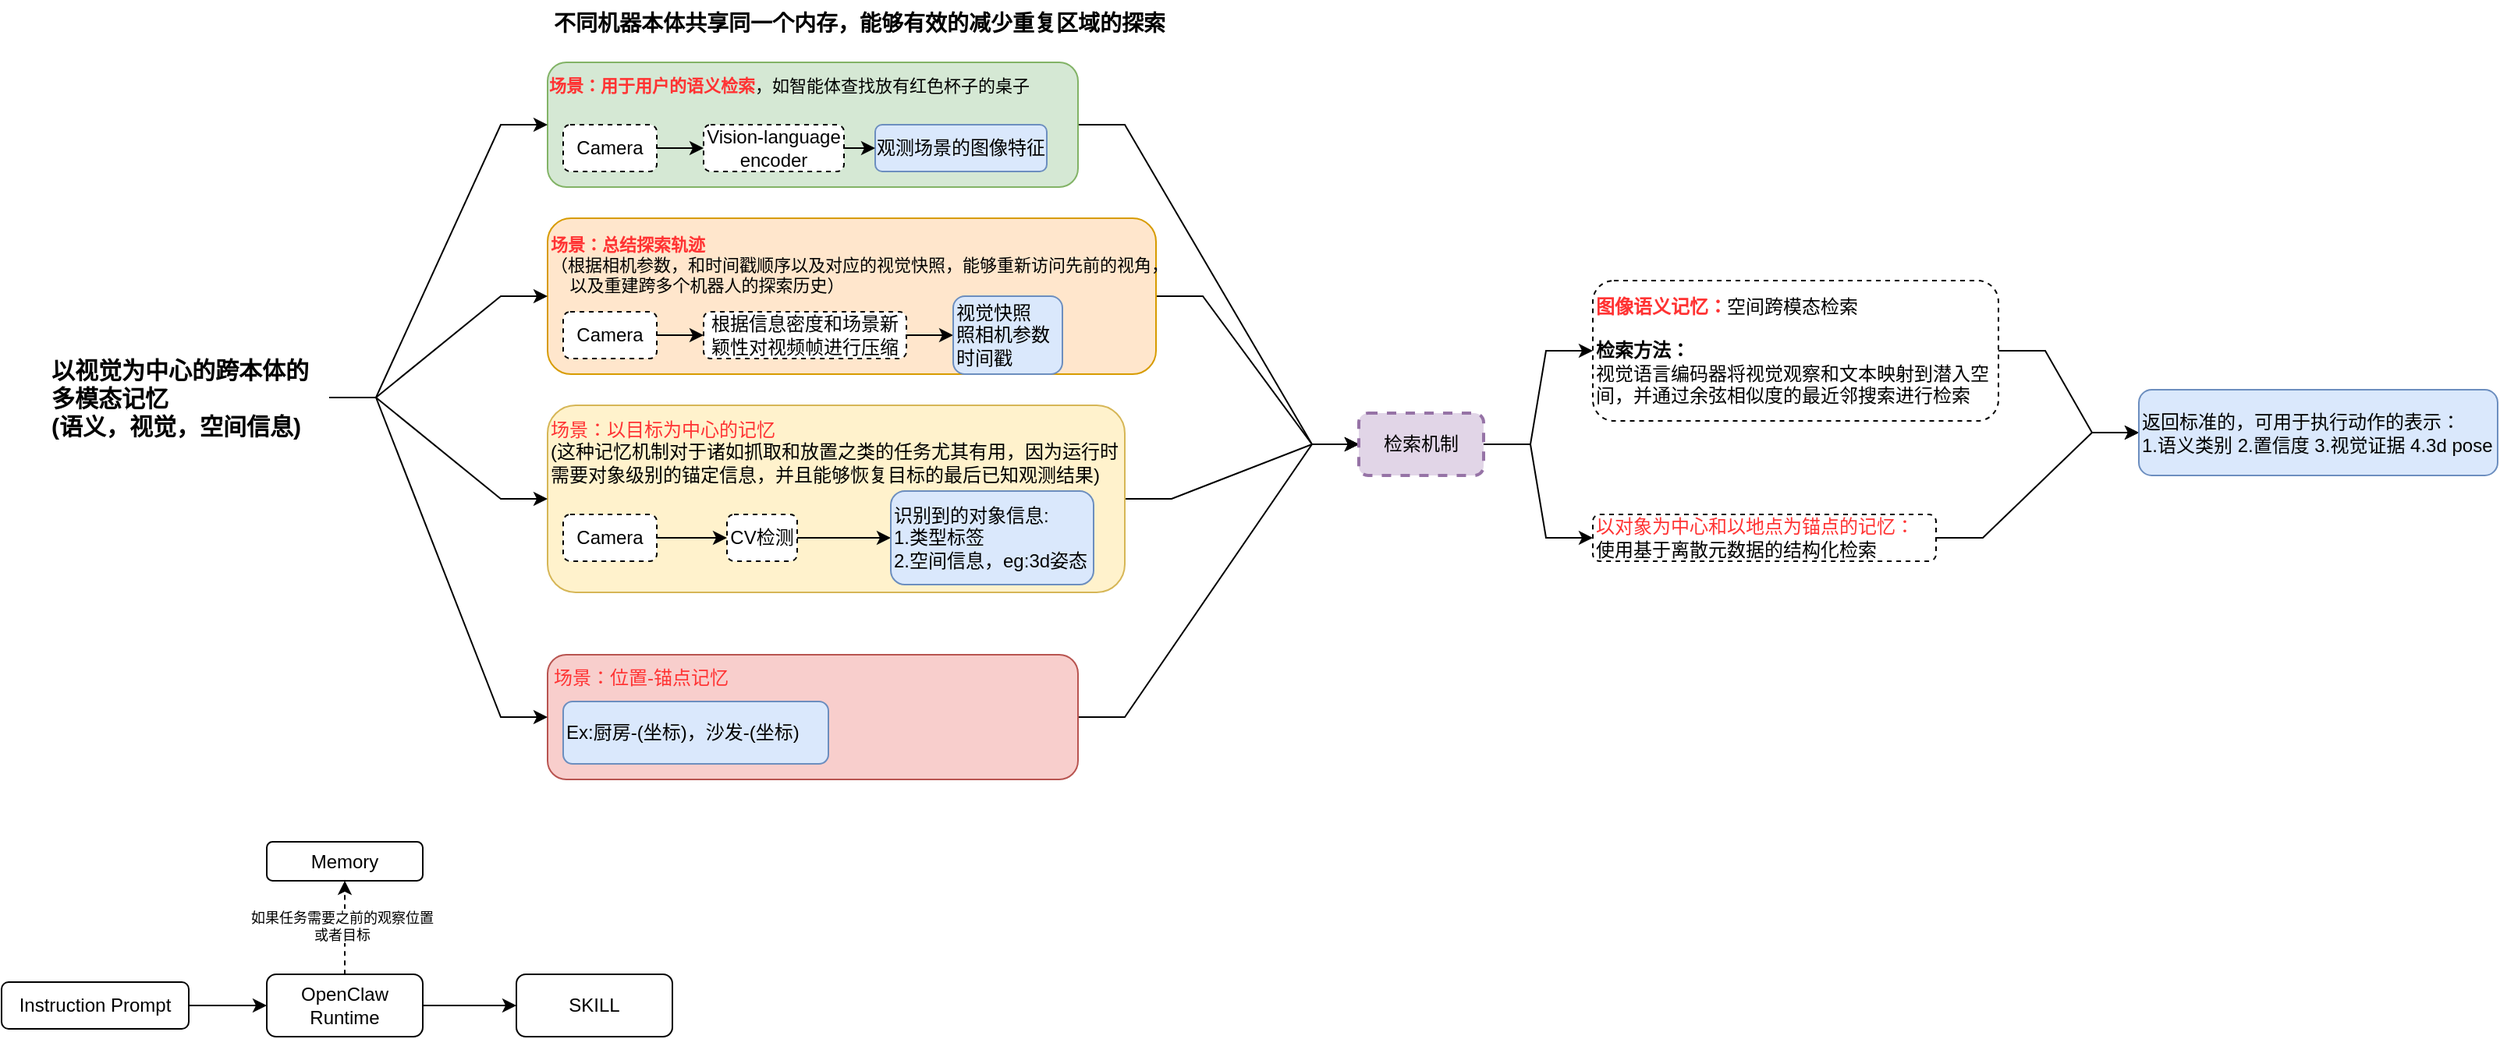
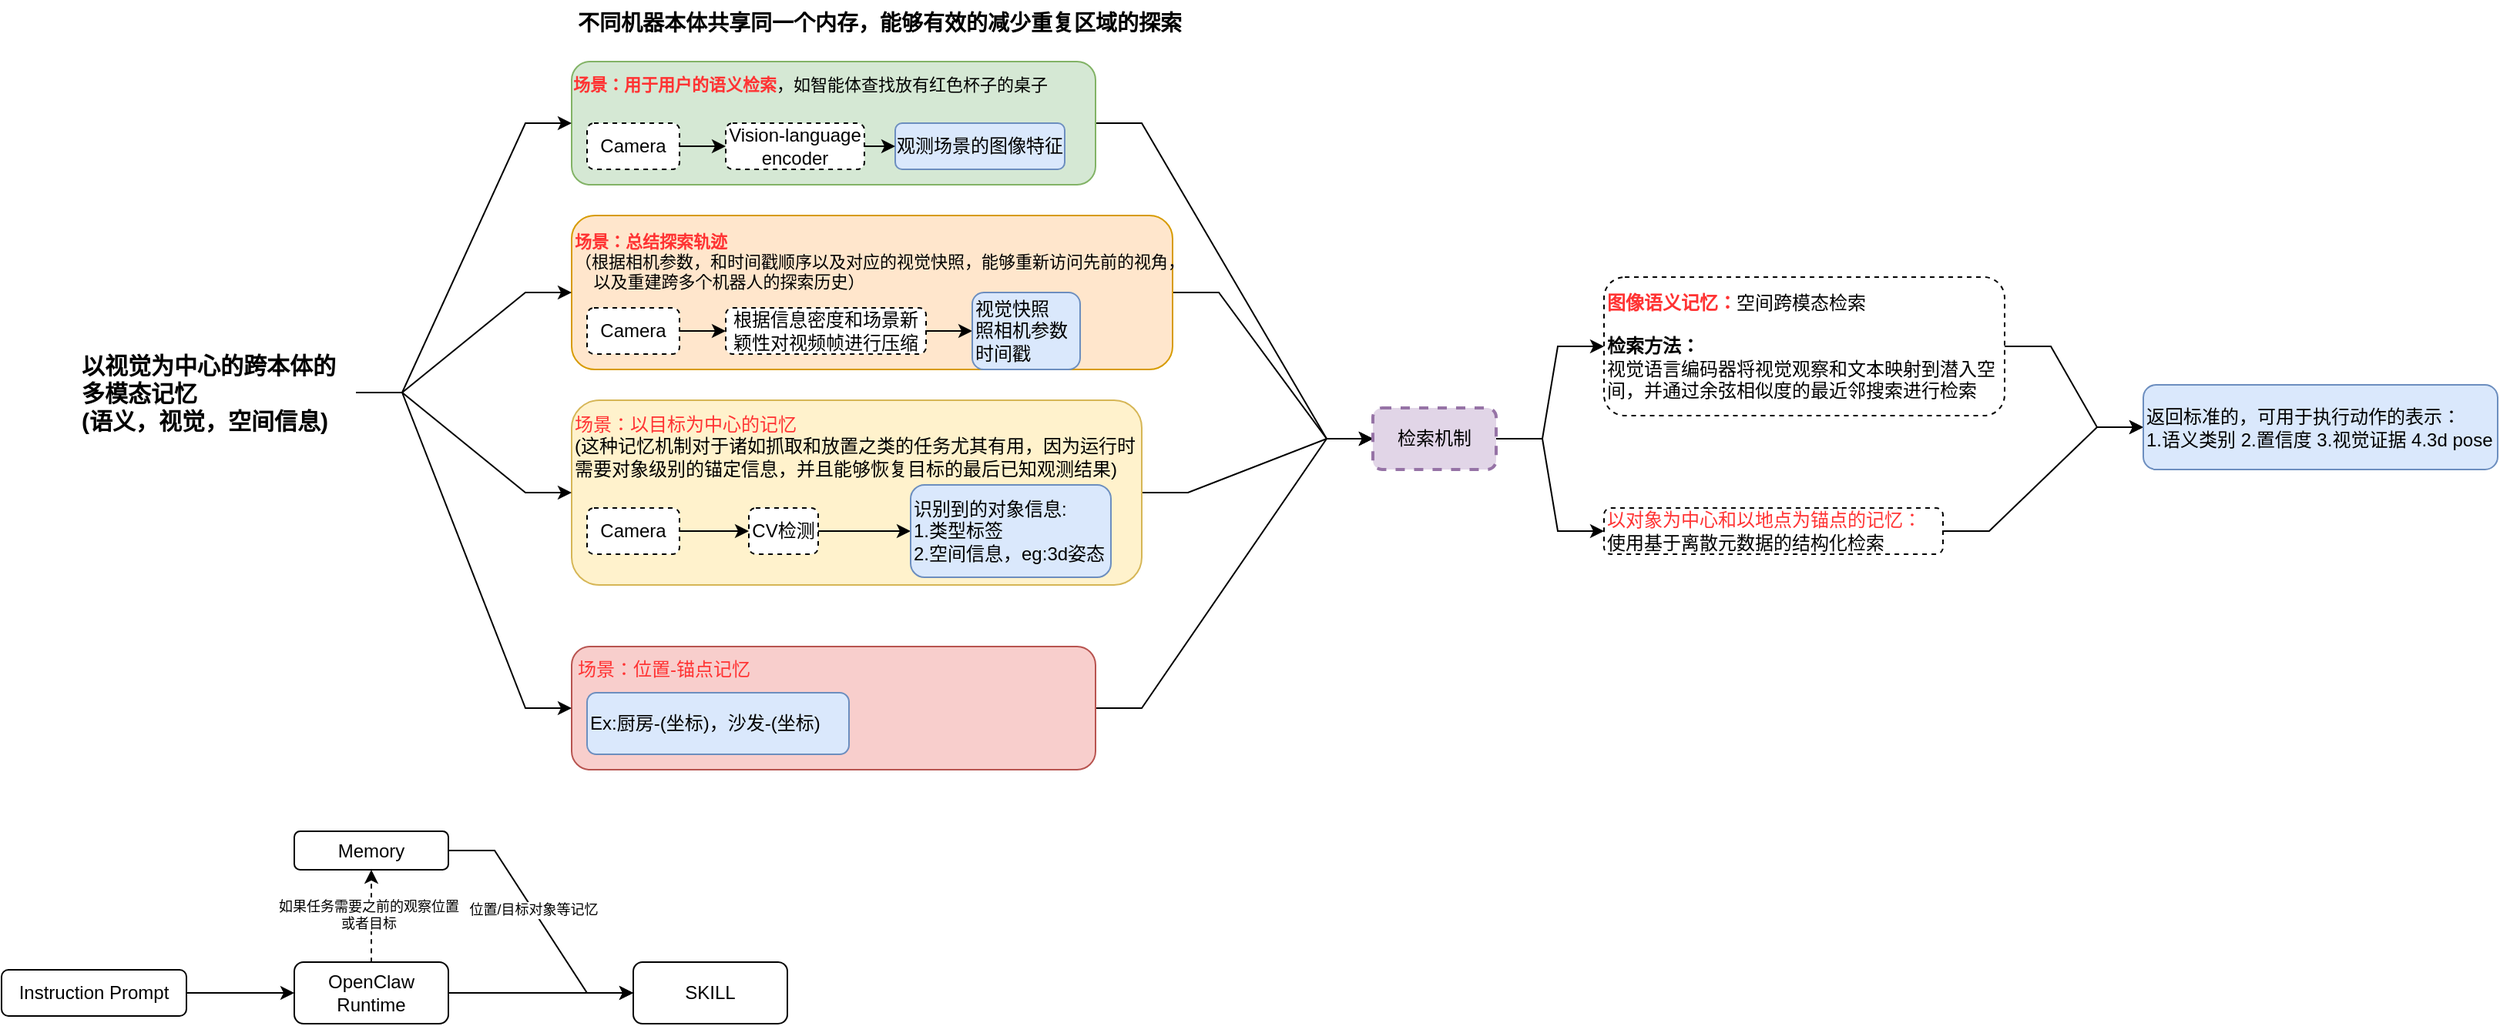
<mxfile host="app.diagrams.net">
  <diagram name="ABot-Claw" id="ri1UiOSOw__C7K71Jf-3">
    <mxGraphModel dx="725" dy="393" grid="1" gridSize="10" guides="1" tooltips="1" connect="1" arrows="1" fold="1" page="1" pageScale="1" pageWidth="3300" pageHeight="2339" math="0" shadow="0">
      <root>
        <mxCell id="0" />
        <mxCell id="1" parent="0" />
        <mxCell id="8uAygAgR7DF40HWwl34I-37" edge="1" parent="1" source="8uAygAgR7DF40HWwl34I-28" style="edgeStyle=entityRelationEdgeStyle;rounded=0;orthogonalLoop=1;jettySize=auto;html=1;exitX=1;exitY=0.5;exitDx=0;exitDy=0;" target="8uAygAgR7DF40HWwl34I-33">
          <mxGeometry relative="1" as="geometry" />
        </mxCell>
        <mxCell id="8uAygAgR7DF40HWwl34I-28" parent="1" style="rounded=1;whiteSpace=wrap;html=1;fillColor=#f8cecc;strokeColor=#b85450;" value="" vertex="1">
          <mxGeometry height="80" width="340" x="480" y="470" as="geometry" />
        </mxCell>
        <mxCell id="8uAygAgR7DF40HWwl34I-36" edge="1" parent="1" source="8uAygAgR7DF40HWwl34I-24" style="edgeStyle=entityRelationEdgeStyle;rounded=0;orthogonalLoop=1;jettySize=auto;html=1;exitX=1;exitY=0.5;exitDx=0;exitDy=0;entryX=0;entryY=0.5;entryDx=0;entryDy=0;" target="8uAygAgR7DF40HWwl34I-33">
          <mxGeometry relative="1" as="geometry">
            <mxPoint x="1020" y="320" as="targetPoint" />
          </mxGeometry>
        </mxCell>
        <mxCell id="8uAygAgR7DF40HWwl34I-24" parent="1" style="rounded=1;whiteSpace=wrap;html=1;fillColor=#fff2cc;strokeColor=#d6b656;" value="" vertex="1">
          <mxGeometry height="120" width="370" x="480" y="310" as="geometry" />
        </mxCell>
        <mxCell id="8uAygAgR7DF40HWwl34I-35" edge="1" parent="1" source="8uAygAgR7DF40HWwl34I-17" style="edgeStyle=entityRelationEdgeStyle;rounded=0;orthogonalLoop=1;jettySize=auto;html=1;exitX=1;exitY=0.5;exitDx=0;exitDy=0;entryX=0;entryY=0.5;entryDx=0;entryDy=0;" target="8uAygAgR7DF40HWwl34I-33">
          <mxGeometry relative="1" as="geometry" />
        </mxCell>
        <mxCell id="8uAygAgR7DF40HWwl34I-17" parent="1" style="rounded=1;whiteSpace=wrap;html=1;fillColor=#ffe6cc;strokeColor=#d79b00;" value="" vertex="1">
          <mxGeometry height="100" width="390" x="480" y="190" as="geometry" />
        </mxCell>
        <mxCell id="8uAygAgR7DF40HWwl34I-34" edge="1" parent="1" source="8uAygAgR7DF40HWwl34I-16" style="edgeStyle=entityRelationEdgeStyle;rounded=0;orthogonalLoop=1;jettySize=auto;html=1;exitX=1;exitY=0.5;exitDx=0;exitDy=0;entryX=0;entryY=0.5;entryDx=0;entryDy=0;" target="8uAygAgR7DF40HWwl34I-33">
          <mxGeometry relative="1" as="geometry" />
        </mxCell>
        <mxCell id="8uAygAgR7DF40HWwl34I-16" parent="1" style="rounded=1;whiteSpace=wrap;html=1;fillColor=#d5e8d4;strokeColor=#82b366;" value="" vertex="1">
          <mxGeometry height="80" width="340" x="480" y="90" as="geometry" />
        </mxCell>
        <mxCell id="8uAygAgR7DF40HWwl34I-29" edge="1" parent="1" source="8uAygAgR7DF40HWwl34I-1" style="edgeStyle=entityRelationEdgeStyle;rounded=0;orthogonalLoop=1;jettySize=auto;html=1;exitX=1;exitY=0.5;exitDx=0;exitDy=0;entryX=0;entryY=0.5;entryDx=0;entryDy=0;" target="8uAygAgR7DF40HWwl34I-16">
          <mxGeometry relative="1" as="geometry" />
        </mxCell>
        <mxCell id="8uAygAgR7DF40HWwl34I-30" edge="1" parent="1" source="8uAygAgR7DF40HWwl34I-1" style="edgeStyle=entityRelationEdgeStyle;rounded=0;orthogonalLoop=1;jettySize=auto;html=1;exitX=1;exitY=0.5;exitDx=0;exitDy=0;entryX=0;entryY=0.5;entryDx=0;entryDy=0;" target="8uAygAgR7DF40HWwl34I-28">
          <mxGeometry relative="1" as="geometry" />
        </mxCell>
        <mxCell id="8uAygAgR7DF40HWwl34I-31" edge="1" parent="1" source="8uAygAgR7DF40HWwl34I-1" style="edgeStyle=entityRelationEdgeStyle;rounded=0;orthogonalLoop=1;jettySize=auto;html=1;exitX=1;exitY=0.5;exitDx=0;exitDy=0;entryX=0;entryY=0.5;entryDx=0;entryDy=0;" target="8uAygAgR7DF40HWwl34I-17">
          <mxGeometry relative="1" as="geometry" />
        </mxCell>
        <mxCell id="8uAygAgR7DF40HWwl34I-32" edge="1" parent="1" source="8uAygAgR7DF40HWwl34I-1" style="edgeStyle=entityRelationEdgeStyle;rounded=0;orthogonalLoop=1;jettySize=auto;html=1;exitX=1;exitY=0.5;exitDx=0;exitDy=0;entryX=0;entryY=0.5;entryDx=0;entryDy=0;" target="8uAygAgR7DF40HWwl34I-24">
          <mxGeometry relative="1" as="geometry" />
        </mxCell>
        <mxCell id="8uAygAgR7DF40HWwl34I-1" parent="1" style="text;html=1;whiteSpace=wrap;strokeColor=none;fillColor=none;align=left;verticalAlign=middle;rounded=0;fontStyle=1;fontSize=15;" value="以视觉为中心的跨本体的多模态记忆&lt;br&gt;(语义，视觉，空间信息)" vertex="1">
          <mxGeometry height="30" width="180" x="160" y="290" as="geometry" />
        </mxCell>
        <mxCell id="8uAygAgR7DF40HWwl34I-2" parent="1" style="rounded=1;whiteSpace=wrap;html=1;fillColor=#dae8fc;strokeColor=#6c8ebf;" value="观测场景的图像特征" vertex="1">
          <mxGeometry height="30" width="110" x="690" y="130" as="geometry" />
        </mxCell>
        <mxCell id="8uAygAgR7DF40HWwl34I-5" edge="1" parent="1" source="8uAygAgR7DF40HWwl34I-3" style="edgeStyle=orthogonalEdgeStyle;rounded=0;orthogonalLoop=1;jettySize=auto;html=1;exitX=1;exitY=0.5;exitDx=0;exitDy=0;entryX=0;entryY=0.5;entryDx=0;entryDy=0;" target="8uAygAgR7DF40HWwl34I-2">
          <mxGeometry relative="1" as="geometry" />
        </mxCell>
        <mxCell id="8uAygAgR7DF40HWwl34I-3" parent="1" style="rounded=1;whiteSpace=wrap;html=1;dashed=1;" value="Vision-language encoder" vertex="1">
          <mxGeometry height="30" width="90" x="580" y="130" as="geometry" />
        </mxCell>
        <mxCell id="8uAygAgR7DF40HWwl34I-6" edge="1" parent="1" source="8uAygAgR7DF40HWwl34I-4" style="edgeStyle=orthogonalEdgeStyle;rounded=0;orthogonalLoop=1;jettySize=auto;html=1;exitX=1;exitY=0.5;exitDx=0;exitDy=0;entryX=0;entryY=0.5;entryDx=0;entryDy=0;" target="8uAygAgR7DF40HWwl34I-3">
          <mxGeometry relative="1" as="geometry" />
        </mxCell>
        <mxCell id="8uAygAgR7DF40HWwl34I-4" parent="1" style="rounded=1;whiteSpace=wrap;html=1;dashed=1;" value="Camera" vertex="1">
          <mxGeometry height="30" width="60" x="490" y="130" as="geometry" />
        </mxCell>
        <mxCell id="8uAygAgR7DF40HWwl34I-7" parent="1" style="text;html=1;whiteSpace=wrap;strokeColor=none;fillColor=none;align=center;verticalAlign=middle;rounded=0;fontSize=11;" value="&lt;b&gt;&lt;font style=&quot;color: rgb(255, 51, 51);&quot;&gt;场景：用于用户的语义检索&lt;/font&gt;&lt;/b&gt;，如智能体查找放有红色杯子的桌子" vertex="1">
          <mxGeometry height="30" width="310" x="480" y="90" as="geometry" />
        </mxCell>
        <mxCell id="8uAygAgR7DF40HWwl34I-10" edge="1" parent="1" source="8uAygAgR7DF40HWwl34I-8" style="edgeStyle=orthogonalEdgeStyle;rounded=0;orthogonalLoop=1;jettySize=auto;html=1;" target="8uAygAgR7DF40HWwl34I-9" value="">
          <mxGeometry relative="1" as="geometry" />
        </mxCell>
        <mxCell id="8uAygAgR7DF40HWwl34I-8" parent="1" style="rounded=1;whiteSpace=wrap;html=1;dashed=1;" value="Camera" vertex="1">
          <mxGeometry height="30" width="60" x="490" y="250" as="geometry" />
        </mxCell>
        <mxCell id="8uAygAgR7DF40HWwl34I-14" edge="1" parent="1" source="8uAygAgR7DF40HWwl34I-9" style="edgeStyle=orthogonalEdgeStyle;rounded=0;orthogonalLoop=1;jettySize=auto;html=1;exitX=1;exitY=0.5;exitDx=0;exitDy=0;entryX=0;entryY=0.5;entryDx=0;entryDy=0;" target="8uAygAgR7DF40HWwl34I-13">
          <mxGeometry relative="1" as="geometry" />
        </mxCell>
        <mxCell id="8uAygAgR7DF40HWwl34I-9" parent="1" style="rounded=1;whiteSpace=wrap;html=1;dashed=1;" value="根据信息密度和场景新颖性对视频帧进行压缩" vertex="1">
          <mxGeometry height="30" width="130" x="580" y="250" as="geometry" />
        </mxCell>
        <mxCell id="8uAygAgR7DF40HWwl34I-11" parent="1" style="text;html=1;whiteSpace=wrap;strokeColor=none;fillColor=none;align=left;verticalAlign=middle;rounded=0;fontSize=11;" value="&lt;b&gt;&lt;font style=&quot;color: rgb(255, 51, 51);&quot;&gt;场景：总结探索轨迹&lt;/font&gt;&lt;/b&gt;&lt;br&gt;（根据相机参数，和时间戳顺序以及对应的视觉快照，能够重新访问先前的视角，&lt;br&gt;&amp;nbsp; &amp;nbsp; 以及重建跨多个机器人的探索历史）" vertex="1">
          <mxGeometry height="40" width="420" x="480" y="200" as="geometry" />
        </mxCell>
        <mxCell id="8uAygAgR7DF40HWwl34I-13" parent="1" style="rounded=1;whiteSpace=wrap;html=1;fillColor=#dae8fc;strokeColor=#6c8ebf;align=left;" value="视觉快照&lt;br&gt;&lt;span style=&quot;&quot;&gt;照相机参数&lt;/span&gt;&lt;div style=&quot;&quot;&gt;时间戳&lt;/div&gt;" vertex="1">
          <mxGeometry height="50" width="70" x="740" y="240" as="geometry" />
        </mxCell>
        <mxCell id="8uAygAgR7DF40HWwl34I-25" edge="1" parent="1" source="8uAygAgR7DF40HWwl34I-19" style="edgeStyle=orthogonalEdgeStyle;rounded=0;orthogonalLoop=1;jettySize=auto;html=1;exitX=1;exitY=0.5;exitDx=0;exitDy=0;entryX=0;entryY=0.5;entryDx=0;entryDy=0;" target="8uAygAgR7DF40HWwl34I-20">
          <mxGeometry relative="1" as="geometry" />
        </mxCell>
        <mxCell id="8uAygAgR7DF40HWwl34I-19" parent="1" style="rounded=1;whiteSpace=wrap;html=1;dashed=1;" value="Camera" vertex="1">
          <mxGeometry height="30" width="60" x="490" y="380" as="geometry" />
        </mxCell>
        <mxCell id="8uAygAgR7DF40HWwl34I-22" edge="1" parent="1" source="8uAygAgR7DF40HWwl34I-20" style="edgeStyle=orthogonalEdgeStyle;rounded=0;orthogonalLoop=1;jettySize=auto;html=1;" target="8uAygAgR7DF40HWwl34I-21" value="">
          <mxGeometry relative="1" as="geometry" />
        </mxCell>
        <mxCell id="8uAygAgR7DF40HWwl34I-20" parent="1" style="rounded=1;whiteSpace=wrap;html=1;dashed=1;" value="CV检测" vertex="1">
          <mxGeometry height="30" width="45" x="595" y="380" as="geometry" />
        </mxCell>
        <mxCell id="8uAygAgR7DF40HWwl34I-21" parent="1" style="rounded=1;whiteSpace=wrap;html=1;align=left;fillColor=#dae8fc;strokeColor=#6c8ebf;" value="识别到的对象信息:&lt;div&gt;1.类型标签&lt;br&gt;2.空间信息，eg:3d姿态&lt;/div&gt;" vertex="1">
          <mxGeometry height="60" width="130" x="700" y="365" as="geometry" />
        </mxCell>
        <mxCell id="8uAygAgR7DF40HWwl34I-23" parent="1" style="text;html=1;whiteSpace=wrap;strokeColor=none;fillColor=none;align=left;verticalAlign=middle;rounded=0;" value="&lt;font style=&quot;color: rgb(255, 51, 51);&quot;&gt;场景：以目标为中心的记忆&lt;/font&gt;&lt;br&gt;(这种记忆机制对于诸如抓取和放置之类的任务尤其有用，因为运行时需要对象级别的锚定信息，并且能够恢复目标的最后已知观测结果)" vertex="1">
          <mxGeometry height="50" width="370" x="480" y="315" as="geometry" />
        </mxCell>
        <mxCell id="8uAygAgR7DF40HWwl34I-26" parent="1" style="rounded=1;whiteSpace=wrap;html=1;align=left;fillColor=#dae8fc;strokeColor=#6c8ebf;" value="Ex:厨房-(坐标)，沙发-(坐标)" vertex="1">
          <mxGeometry height="40" width="170" x="490" y="500" as="geometry" />
        </mxCell>
        <mxCell id="8uAygAgR7DF40HWwl34I-27" parent="1" style="text;html=1;whiteSpace=wrap;strokeColor=none;fillColor=none;align=center;verticalAlign=middle;rounded=0;fontColor=#FF3333;" value="场景：&lt;span style=&quot;text-align: left;&quot;&gt;位置-锚点记忆&lt;/span&gt;" vertex="1">
          <mxGeometry height="30" width="120" x="480" y="470" as="geometry" />
        </mxCell>
        <mxCell id="8uAygAgR7DF40HWwl34I-42" edge="1" parent="1" source="8uAygAgR7DF40HWwl34I-33" style="edgeStyle=entityRelationEdgeStyle;rounded=0;orthogonalLoop=1;jettySize=auto;html=1;exitX=1;exitY=0.5;exitDx=0;exitDy=0;" target="8uAygAgR7DF40HWwl34I-40">
          <mxGeometry relative="1" as="geometry" />
        </mxCell>
        <mxCell id="8uAygAgR7DF40HWwl34I-43" edge="1" parent="1" source="8uAygAgR7DF40HWwl34I-33" style="edgeStyle=entityRelationEdgeStyle;rounded=0;orthogonalLoop=1;jettySize=auto;html=1;exitX=1;exitY=0.5;exitDx=0;exitDy=0;entryX=0;entryY=0.5;entryDx=0;entryDy=0;" target="8uAygAgR7DF40HWwl34I-41">
          <mxGeometry relative="1" as="geometry" />
        </mxCell>
        <mxCell id="8uAygAgR7DF40HWwl34I-33" parent="1" style="rounded=1;whiteSpace=wrap;html=1;fillColor=#e1d5e7;strokeColor=#9673a6;dashed=1;strokeWidth=2;" value="检索机制" vertex="1">
          <mxGeometry height="40" width="80" x="1000" y="315" as="geometry" />
        </mxCell>
        <mxCell id="8uAygAgR7DF40HWwl34I-45" edge="1" parent="1" source="8uAygAgR7DF40HWwl34I-40" style="edgeStyle=entityRelationEdgeStyle;rounded=0;orthogonalLoop=1;jettySize=auto;html=1;exitX=1;exitY=0.5;exitDx=0;exitDy=0;entryX=0;entryY=0.5;entryDx=0;entryDy=0;" target="8uAygAgR7DF40HWwl34I-44">
          <mxGeometry relative="1" as="geometry" />
        </mxCell>
        <mxCell id="8uAygAgR7DF40HWwl34I-40" parent="1" style="text;html=1;whiteSpace=wrap;strokeColor=default;fillColor=none;align=left;verticalAlign=middle;rounded=1;dashed=1;" value="&lt;b&gt;&lt;font style=&quot;color: rgb(255, 51, 51);&quot;&gt;图像语义记忆：&lt;/font&gt;&lt;/b&gt;空间跨模态检索&lt;br&gt;&lt;br&gt;&lt;b&gt;&lt;font style=&quot;color: rgb(0, 0, 0);&quot;&gt;检索方法：&lt;/font&gt;&lt;/b&gt;&lt;br&gt;视觉语言编码器将视觉观察和文本映射到潜入空间，并通过余弦相似度的最近邻搜索进行检索" vertex="1">
          <mxGeometry height="90" width="260" x="1150" y="230" as="geometry" />
        </mxCell>
        <mxCell id="8uAygAgR7DF40HWwl34I-46" edge="1" parent="1" source="8uAygAgR7DF40HWwl34I-41" style="edgeStyle=entityRelationEdgeStyle;rounded=0;orthogonalLoop=1;jettySize=auto;html=1;exitX=1;exitY=0.5;exitDx=0;exitDy=0;entryX=0;entryY=0.5;entryDx=0;entryDy=0;" target="8uAygAgR7DF40HWwl34I-44">
          <mxGeometry relative="1" as="geometry" />
        </mxCell>
        <mxCell id="8uAygAgR7DF40HWwl34I-41" parent="1" style="text;html=1;whiteSpace=wrap;strokeColor=default;fillColor=none;align=left;verticalAlign=middle;rounded=1;dashed=1;" value="&lt;font style=&quot;color: rgb(255, 51, 51);&quot;&gt;以对象为中心和以地点为锚点的记忆：&lt;/font&gt;&lt;br&gt;使用基于离散元数据的结构化检索" vertex="1">
          <mxGeometry height="30" width="220" x="1150" y="380" as="geometry" />
        </mxCell>
        <mxCell id="8uAygAgR7DF40HWwl34I-44" parent="1" style="rounded=1;whiteSpace=wrap;html=1;align=left;fillColor=#dae8fc;strokeColor=#6c8ebf;" value="返回标准的，可用于执行动作的表示：&lt;br&gt;1.语义类别 2.置信度 3.视觉证据 4.3d pose" vertex="1">
          <mxGeometry height="55" width="230" x="1500" y="300" as="geometry" />
        </mxCell>
        <mxCell id="8uAygAgR7DF40HWwl34I-47" parent="1" style="text;html=1;whiteSpace=wrap;strokeColor=none;fillColor=none;align=center;verticalAlign=middle;rounded=0;fontStyle=1;fontSize=14;" value="不同机器本体共享同一个内存，能够有效的减少重复区域的探索" vertex="1">
          <mxGeometry height="30" width="400" x="480" y="50" as="geometry" />
        </mxCell>
        <mxCell id="8uAygAgR7DF40HWwl34I-50" edge="1" parent="1" source="8uAygAgR7DF40HWwl34I-48" style="edgeStyle=entityRelationEdgeStyle;rounded=0;orthogonalLoop=1;jettySize=auto;html=1;" target="8uAygAgR7DF40HWwl34I-49" value="">
          <mxGeometry relative="1" as="geometry" />
        </mxCell>
        <mxCell id="8uAygAgR7DF40HWwl34I-48" parent="1" style="rounded=1;whiteSpace=wrap;html=1;" value="Instruction Prompt" vertex="1">
-           <mxGeometry height="30" width="120" x="130" y="680" as="geometry" />
+           <mxGeometry height="30" width="120" x="110" y="680" as="geometry" />
        </mxCell>
        <mxCell id="8uAygAgR7DF40HWwl34I-52" edge="1" parent="1" source="8uAygAgR7DF40HWwl34I-49" style="edgeStyle=entityRelationEdgeStyle;rounded=0;orthogonalLoop=1;jettySize=auto;html=1;" target="8uAygAgR7DF40HWwl34I-51" value="">
          <mxGeometry relative="1" as="geometry" />
        </mxCell>
        <mxCell id="8uAygAgR7DF40HWwl34I-62" edge="1" parent="1" source="8uAygAgR7DF40HWwl34I-49" style="rounded=0;orthogonalLoop=1;jettySize=auto;html=1;exitX=0.5;exitY=0;exitDx=0;exitDy=0;entryX=0.5;entryY=1;entryDx=0;entryDy=0;dashed=1;edgeStyle=orthogonalEdgeStyle;curved=1;" target="8uAygAgR7DF40HWwl34I-53">
          <mxGeometry relative="1" as="geometry">
            <mxPoint x="355" y="640" as="targetPoint" />
          </mxGeometry>
        </mxCell>
        <mxCell id="8uAygAgR7DF40HWwl34I-63" connectable="0" parent="8uAygAgR7DF40HWwl34I-62" style="edgeLabel;html=1;align=center;verticalAlign=middle;resizable=0;points=[];fontSize=9;" value="如果任务需要之前的观察位置&lt;br&gt;或者目标" vertex="1">
          <mxGeometry relative="1" x="0.053" y="2" as="geometry">
            <mxPoint as="offset" />
          </mxGeometry>
        </mxCell>
        <mxCell id="8uAygAgR7DF40HWwl34I-49" parent="1" style="rounded=1;whiteSpace=wrap;html=1;" value="OpenClaw&lt;br&gt;Runtime" vertex="1">
          <mxGeometry height="40" width="100" x="300" y="675" as="geometry" />
        </mxCell>
        <mxCell id="8uAygAgR7DF40HWwl34I-51" parent="1" style="rounded=1;whiteSpace=wrap;html=1;" value="SKILL" vertex="1">
-           <mxGeometry height="40" width="100" x="460" y="675" as="geometry" />
+           <mxGeometry height="40" width="100" x="520" y="675" as="geometry" />
+         </mxCell>
+         <mxCell id="8uAygAgR7DF40HWwl34I-64" edge="1" parent="1" source="8uAygAgR7DF40HWwl34I-53" style="edgeStyle=entityRelationEdgeStyle;rounded=0;orthogonalLoop=1;jettySize=auto;html=1;exitX=1;exitY=0.5;exitDx=0;exitDy=0;entryX=0;entryY=0.5;entryDx=0;entryDy=0;" target="8uAygAgR7DF40HWwl34I-51">
+           <mxGeometry relative="1" as="geometry" />
+         </mxCell>
+         <mxCell id="8uAygAgR7DF40HWwl34I-65" connectable="0" parent="8uAygAgR7DF40HWwl34I-64" style="edgeLabel;html=1;align=center;verticalAlign=middle;resizable=0;points=[];fontSize=9;" value="位置/目标对象等记忆" vertex="1">
+           <mxGeometry relative="1" x="-0.1048" as="geometry">
+             <mxPoint as="offset" />
+           </mxGeometry>
        </mxCell>
        <mxCell id="8uAygAgR7DF40HWwl34I-53" parent="1" style="rounded=1;whiteSpace=wrap;html=1;" value="Memory" vertex="1">
          <mxGeometry height="25" width="100" x="300" y="590" as="geometry" />
        </mxCell>
      </root>
    </mxGraphModel>
  </diagram>
</mxfile>
